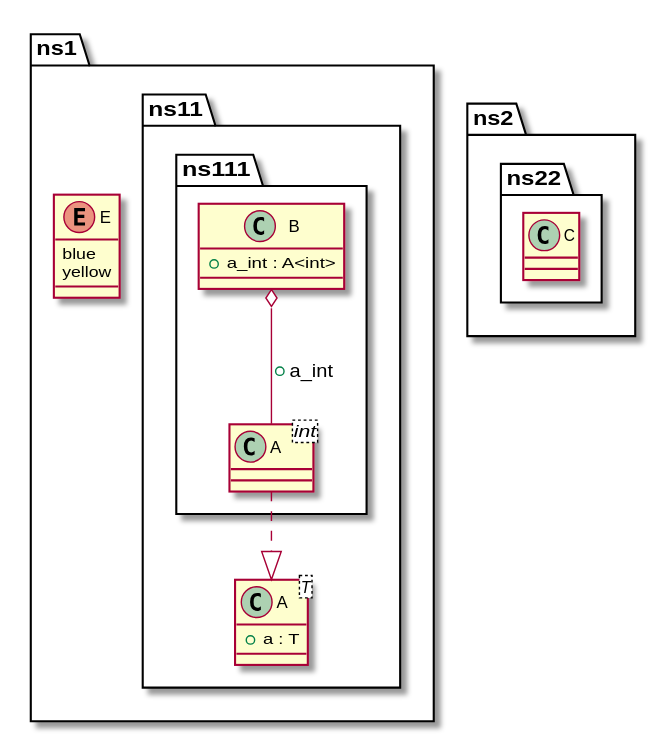
The PlantUML diagram docs/test_cases/t00036_class.svg in bkryza/clang-uml, before a commit. Its diagram source:
```plantuml
@startuml
package [ns1] as C_0000000591 {
enum "E" as C_0000000592
enum C_0000000592 {
blue
yellow
}
package [ns11] as C_0000000594 {
class "A<T>" as C_0000000595
class C_0000000595 {
+a : T
}
package [ns111] as C_0000000597 {
class "A<int>" as C_0000000599
class C_0000000599 {
}
class "B" as C_0000000598
class C_0000000598 {
+a_int : A<int>
}
}
}
}

package [ns2] as C_0000000602 {
package [ns22] as C_0000000603 {
class "C" as C_0000000604
class C_0000000604 {
}
}
}

C_0000000599 ..|> C_0000000595
C_0000000598 o-- C_0000000599 : +a_int
@enduml
```
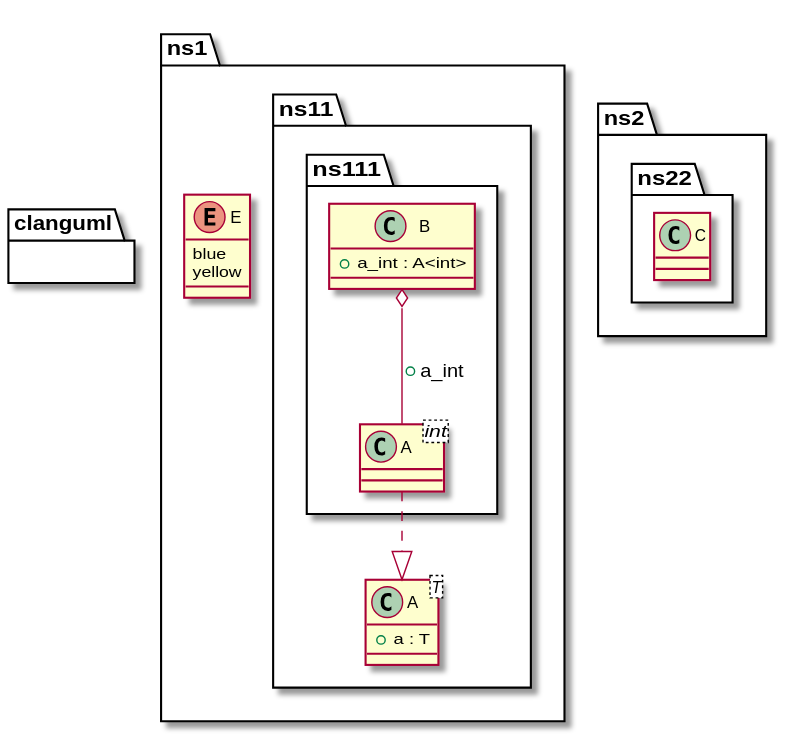
Later version of the same file.

Diff of the diagram source:
```diff
@@ -1,35 +1,38 @@
 @startuml
-package [ns1] as C_0000000591 {
-enum "E" as C_0000000592
-enum C_0000000592 {
+package [clanguml] as C_0000000672 {
+}
+
+package [ns1] as C_0000000674 {
+enum "E" as C_0000000675
+enum C_0000000675 {
 blue
 yellow
 }
-package [ns11] as C_0000000594 {
-class "A<T>" as C_0000000595
-class C_0000000595 {
+package [ns11] as C_0000000677 {
+class "A<T>" as C_0000000678
+class C_0000000678 {
 +a : T
 }
-package [ns111] as C_0000000597 {
-class "A<int>" as C_0000000599
-class C_0000000599 {
+package [ns111] as C_0000000680 {
+class "A<int>" as C_0000000682
+class C_0000000682 {
 }
-class "B" as C_0000000598
-class C_0000000598 {
+class "B" as C_0000000681
+class C_0000000681 {
 +a_int : A<int>
 }
 }
 }
 }
 
-package [ns2] as C_0000000602 {
-package [ns22] as C_0000000603 {
-class "C" as C_0000000604
-class C_0000000604 {
+package [ns2] as C_0000000685 {
+package [ns22] as C_0000000686 {
+class "C" as C_0000000687
+class C_0000000687 {
 }
 }
 }
 
-C_0000000599 ..|> C_0000000595
-C_0000000598 o-- C_0000000599 : +a_int
+C_0000000682 ..|> C_0000000678
+C_0000000681 o-- C_0000000682 : +a_int
 @enduml
```
